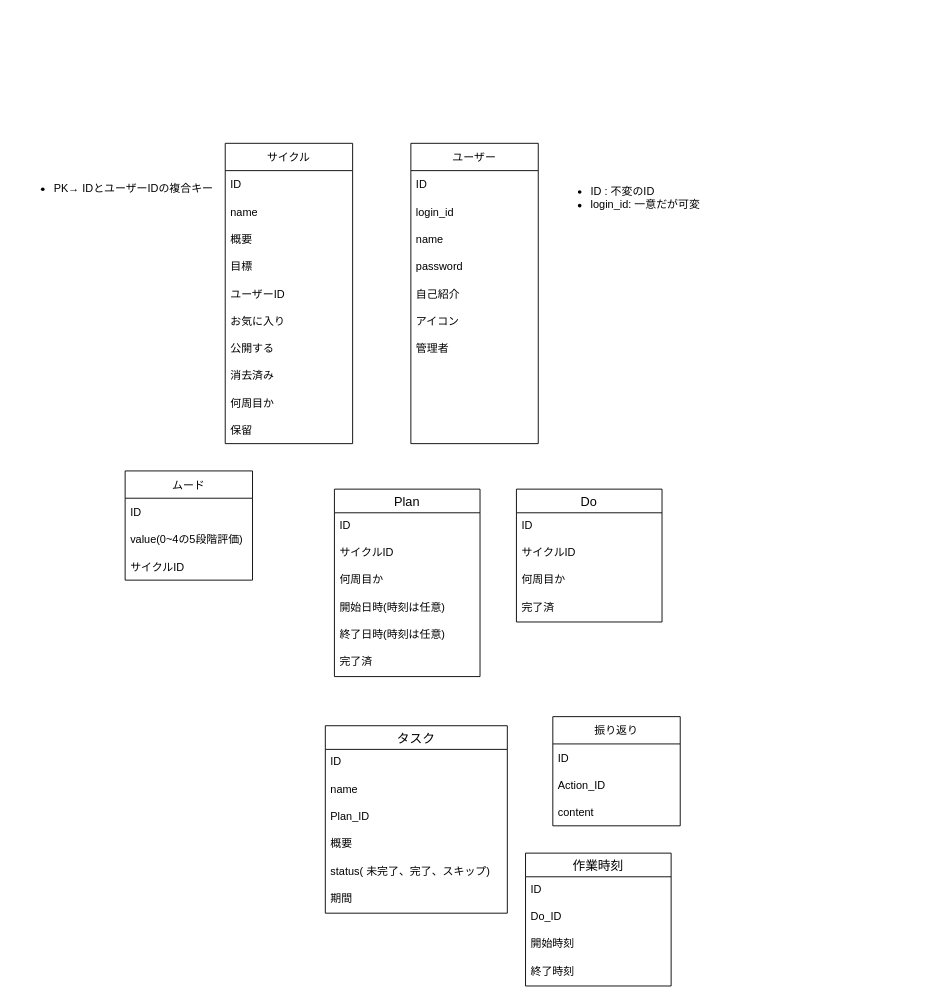
The draw.io diagram page "ER図(論理図)" (3 of 3) of ER.drawio in katkatprog/drowio, before the edit. Source tidied: cells renumbered, new cells numbered last; positions are measured from the earlier drawing's top-left corner, leaving out a move shared by most shapes. Both pictures are drawn from the tidied source at 91%, with x=0, y=0 at pixel (15, 143).
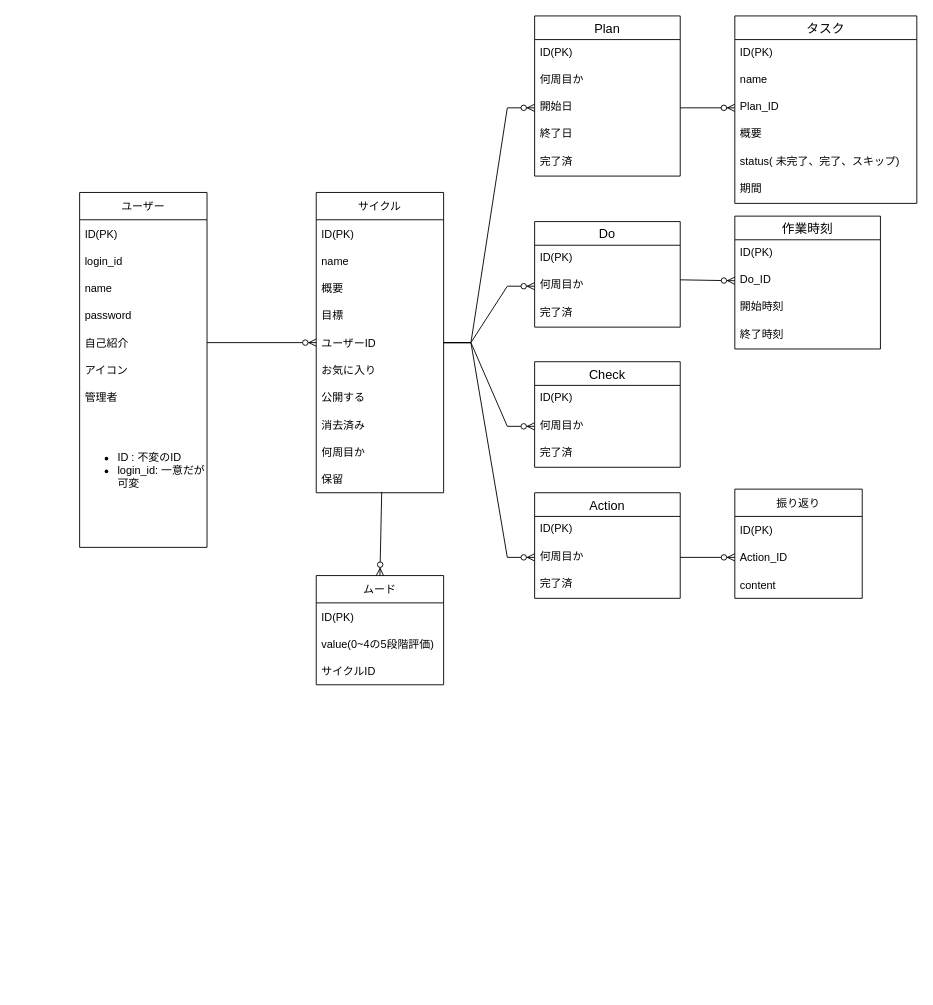
The same diagram, later.

Commit message:
論理図完成。タスク「ポートフォリオ上流工程_critical」も完了にした!

The change refers to these unchanged cells:
```xml
<mxCell id="7" value="ユーザーID" style="text;strokeColor=none;fillColor=none;align=left;verticalAlign=middle;spacingLeft=4;spacingRight=4;overflow=hidden;points=[[0,0.5],[1,0.5]];portConstraint=eastwest;" parent="2" vertex="1">
  <mxGeometry y="150" width="140" height="30" as="geometry" />
</mxCell>
<mxCell id="12" value="保留" style="text;strokeColor=none;fillColor=none;align=left;verticalAlign=middle;spacingLeft=4;spacingRight=4;overflow=hidden;points=[[0,0.5],[1,0.5]];portConstraint=eastwest;" parent="2" vertex="1">
  <mxGeometry y="300" width="140" height="30" as="geometry" />
</mxCell>
<mxCell id="18" value="自己紹介" style="text;strokeColor=none;fillColor=none;align=left;verticalAlign=middle;spacingLeft=4;spacingRight=4;overflow=hidden;points=[[0,0.5],[1,0.5]];portConstraint=eastwest;" parent="13" vertex="1">
  <mxGeometry y="150" width="140" height="30" as="geometry" />
</mxCell>
<mxCell id="40" value="Plan_ID" style="text;strokeColor=none;fillColor=none;spacingLeft=4;spacingRight=4;overflow=hidden;points=[[0,0.5],[1,0.5]];portConstraint=eastwest;fontSize=12;" parent="37" vertex="1">
  <mxGeometry y="86" width="200" height="30" as="geometry" />
</mxCell>
<mxCell id="46" value="Action_ID" style="text;strokeColor=none;fillColor=none;align=left;verticalAlign=middle;spacingLeft=4;spacingRight=4;overflow=hidden;points=[[0,0.5],[1,0.5]];portConstraint=eastwest;" parent="44" vertex="1">
  <mxGeometry y="60" width="140" height="30" as="geometry" />
</mxCell>
<mxCell id="55" value="Do_ID" style="text;strokeColor=none;fillColor=none;spacingLeft=4;spacingRight=4;overflow=hidden;points=[[0,0.5],[1,0.5]];portConstraint=eastwest;fontSize=12;" parent="53" vertex="1">
  <mxGeometry y="56" width="160" height="30" as="geometry" />
</mxCell>
```

What changed in the source:
```diff
@@
     <mxCell id="2" value="サイクル" style="swimlane;fontStyle=0;horizontal=1;startSize=30;" parent="1" vertex="1">
-      <mxGeometry x="230" width="140" height="330" as="geometry" />
+      <mxGeometry x="330" y="54" width="140" height="330" as="geometry" />
     </mxCell>
-    <mxCell id="3" value="ID" style="text;strokeColor=none;fillColor=none;align=left;verticalAlign=middle;spacingLeft=4;spacingRight=4;overflow=hidden;" parent="2" vertex="1">
+    <mxCell id="3" value="ID(PK)" style="text;strokeColor=none;fillColor=none;align=left;verticalAlign=middle;spacingLeft=4;spacingRight=4;overflow=hidden;" parent="2" vertex="1">
       <mxGeometry y="30" width="140" height="30" as="geometry" />
     </mxCell>
@@
     <mxCell id="13" value="ユーザー" style="swimlane;fontStyle=0;horizontal=1;startSize=30;" parent="1" vertex="1">
-      <mxGeometry x="434" width="140" height="330" as="geometry" />
+      <mxGeometry x="70" y="54" width="140" height="390" as="geometry" />
     </mxCell>
-    <mxCell id="14" value="ID" style="text;strokeColor=none;fillColor=none;align=left;verticalAlign=middle;spacingLeft=4;spacingRight=4;overflow=hidden;" parent="13" vertex="1">
+    <mxCell id="14" value="ID(PK)" style="text;strokeColor=none;fillColor=none;align=left;verticalAlign=middle;spacingLeft=4;spacingRight=4;overflow=hidden;" parent="13" vertex="1">
       <mxGeometry y="30" width="140" height="30" as="geometry" />
     </mxCell>
@@
+    <mxCell id="28" value="&lt;ul&gt;&lt;li&gt;ID : 不変のID&lt;/li&gt;&lt;li&gt;login_id: 一意だが可変&lt;/li&gt;&lt;/ul&gt;" style="text;strokeColor=none;fillColor=none;html=1;whiteSpace=wrap;verticalAlign=middle;overflow=hidden;" parent="13" vertex="1">
+      <mxGeometry y="270" width="140" height="60" as="geometry" />
+    </mxCell>
     <mxCell id="22" style="text;strokeColor=none;fillColor=none;align=left;verticalAlign=middle;spacingLeft=4;spacingRight=4;overflow=hidden;" parent="13" vertex="1">
-      <mxGeometry y="270" width="140" height="30" as="geometry" />
+      <mxGeometry y="330" width="140" height="30" as="geometry" />
     </mxCell>
     <mxCell id="23" style="text;strokeColor=none;fillColor=none;align=left;verticalAlign=middle;spacingLeft=4;spacingRight=4;overflow=hidden;" parent="13" vertex="1">
-      <mxGeometry y="300" width="140" height="30" as="geometry" />
+      <mxGeometry y="360" width="140" height="30" as="geometry" />
     </mxCell>
     <mxCell id="24" value="ムード" style="swimlane;fontStyle=0;horizontal=1;startSize=30;" parent="1" vertex="1">
-      <mxGeometry x="120" y="360" width="140" height="120" as="geometry" />
+      <mxGeometry x="330" y="475" width="140" height="120" as="geometry" />
     </mxCell>
-    <mxCell id="25" value="ID" style="text;strokeColor=none;fillColor=none;align=left;verticalAlign=middle;spacingLeft=4;spacingRight=4;overflow=hidden;" parent="24" vertex="1">
+    <mxCell id="25" value="ID(PK)" style="text;strokeColor=none;fillColor=none;align=left;verticalAlign=middle;spacingLeft=4;spacingRight=4;overflow=hidden;" parent="24" vertex="1">
       <mxGeometry y="30" width="140" height="30" as="geometry" />
     </mxCell>
@@
-    <mxCell id="28" value="&lt;ul&gt;&lt;li&gt;ID : 不変のID&lt;/li&gt;&lt;li&gt;login_id: 一意だが可変&lt;/li&gt;&lt;/ul&gt;" style="text;strokeColor=none;fillColor=none;html=1;whiteSpace=wrap;verticalAlign=middle;overflow=hidden;" parent="1" vertex="1">
-      <mxGeometry x="590" y="30" width="230" height="60" as="geometry" />
-    </mxCell>
     <mxCell id="29" value="Plan" style="swimlane;fontStyle=0;horizontal=1;startSize=26;align=center;fontSize=14;" parent="1" vertex="1">
-      <mxGeometry x="350" y="380" width="160" height="206" as="geometry" />
+      <mxGeometry x="570" y="-140" width="160" height="176" as="geometry" />
     </mxCell>
-    <mxCell id="30" value="ID" style="text;strokeColor=none;fillColor=none;spacingLeft=4;spacingRight=4;overflow=hidden;fontSize=12;" parent="29" vertex="1">
+    <mxCell id="30" value="ID(PK)" style="text;strokeColor=none;fillColor=none;spacingLeft=4;spacingRight=4;overflow=hidden;fontSize=12;" parent="29" vertex="1">
       <mxGeometry y="26" width="160" height="30" as="geometry" />
     </mxCell>
-    <mxCell id="31" value="サイクルID" style="text;strokeColor=none;fillColor=none;spacingLeft=4;spacingRight=4;overflow=hidden;fontSize=12;" parent="29" vertex="1">
-      <mxGeometry y="56" width="160" height="30" as="geometry" />
-    </mxCell>
     <mxCell id="32" value="何周目か" style="text;strokeColor=none;fillColor=none;spacingLeft=4;spacingRight=4;overflow=hidden;fontSize=12;" parent="29" vertex="1">
-      <mxGeometry y="86" width="160" height="30" as="geometry" />
+      <mxGeometry y="56" width="160" height="30" as="geometry" />
     </mxCell>
-    <mxCell id="33" value="開始日時(時刻は任意)" style="text;strokeColor=none;fillColor=none;spacingLeft=4;spacingRight=4;overflow=hidden;points=[[0,0.5],[1,0.5]];portConstraint=eastwest;fontSize=12;" parent="29" vertex="1">
-      <mxGeometry y="116" width="160" height="30" as="geometry" />
+    <mxCell id="33" value="開始日" style="text;strokeColor=none;fillColor=none;spacingLeft=4;spacingRight=4;overflow=hidden;points=[[0,0.5],[1,0.5]];portConstraint=eastwest;fontSize=12;" parent="29" vertex="1">
+      <mxGeometry y="86" width="160" height="30" as="geometry" />
     </mxCell>
-    <mxCell id="34" value="終了日時(時刻は任意)" style="text;strokeColor=none;fillColor=none;spacingLeft=4;spacingRight=4;overflow=hidden;fontSize=12;" parent="29" vertex="1">
-      <mxGeometry y="146" width="160" height="30" as="geometry" />
+    <mxCell id="34" value="終了日" style="text;strokeColor=none;fillColor=none;spacingLeft=4;spacingRight=4;overflow=hidden;fontSize=12;" parent="29" vertex="1">
+      <mxGeometry y="116" width="160" height="30" as="geometry" />
     </mxCell>
     <mxCell id="35" value="完了済" style="text;strokeColor=none;fillColor=none;spacingLeft=4;spacingRight=4;overflow=hidden;fontSize=12;" parent="29" vertex="1">
-      <mxGeometry y="176" width="160" height="30" as="geometry" />
+      <mxGeometry y="146" width="160" height="30" as="geometry" />
     </mxCell>
-    <mxCell id="36" value="&lt;ul&gt;&lt;li&gt;PK→ IDとユーザーIDの複合キー&lt;/li&gt;&lt;/ul&gt;" style="text;strokeColor=none;fillColor=none;html=1;whiteSpace=wrap;verticalAlign=middle;overflow=hidden;" parent="1" vertex="1">
-      <mxGeometry y="20" width="225" height="60" as="geometry" />
-    </mxCell>
     <mxCell id="37" value="タスク" style="swimlane;fontStyle=0;horizontal=1;startSize=26;align=center;fontSize=14;" parent="1" vertex="1">
-      <mxGeometry x="340" y="640" width="200" height="206" as="geometry" />
+      <mxGeometry x="790" y="-140" width="200" height="206" as="geometry" />
     </mxCell>
-    <mxCell id="38" value="ID" style="text;strokeColor=none;fillColor=none;spacingLeft=4;spacingRight=4;overflow=hidden;fontSize=12;" parent="37" vertex="1">
+    <mxCell id="38" value="ID(PK)" style="text;strokeColor=none;fillColor=none;spacingLeft=4;spacingRight=4;overflow=hidden;fontSize=12;" parent="37" vertex="1">
       <mxGeometry y="26" width="200" height="30" as="geometry" />
     </mxCell>
@@
     <mxCell id="44" value="振り返り" style="swimlane;fontStyle=0;horizontal=1;startSize=30;" parent="1" vertex="1">
-      <mxGeometry x="590" y="630" width="140" height="120" as="geometry" />
+      <mxGeometry x="790" y="380" width="140" height="120" as="geometry" />
     </mxCell>
-    <mxCell id="45" value="ID" style="text;strokeColor=none;fillColor=none;align=left;verticalAlign=middle;spacingLeft=4;spacingRight=4;overflow=hidden;" parent="44" vertex="1">
+    <mxCell id="45" value="ID(PK)" style="text;strokeColor=none;fillColor=none;align=left;verticalAlign=middle;spacingLeft=4;spacingRight=4;overflow=hidden;" parent="44" vertex="1">
       <mxGeometry y="30" width="140" height="30" as="geometry" />
     </mxCell>
@@
     <mxCell id="48" value="Do" style="swimlane;fontStyle=0;horizontal=1;startSize=26;align=center;fontSize=14;" parent="1" vertex="1">
-      <mxGeometry x="550" y="380" width="160" height="146" as="geometry" />
+      <mxGeometry x="570" y="86" width="160" height="116" as="geometry" />
     </mxCell>
-    <mxCell id="49" value="ID" style="text;strokeColor=none;fillColor=none;spacingLeft=4;spacingRight=4;overflow=hidden;fontSize=12;" parent="48" vertex="1">
+    <mxCell id="49" value="ID(PK)" style="text;strokeColor=none;fillColor=none;spacingLeft=4;spacingRight=4;overflow=hidden;fontSize=12;" parent="48" vertex="1">
       <mxGeometry y="26" width="160" height="30" as="geometry" />
     </mxCell>
-    <mxCell id="50" value="サイクルID" style="text;strokeColor=none;fillColor=none;spacingLeft=4;spacingRight=4;overflow=hidden;fontSize=12;" parent="48" vertex="1">
-      <mxGeometry y="56" width="160" height="30" as="geometry" />
-    </mxCell>
     <mxCell id="51" value="何周目か" style="text;strokeColor=none;fillColor=none;spacingLeft=4;spacingRight=4;overflow=hidden;points=[[0,0.5],[1,0.5]];portConstraint=eastwest;fontSize=12;" parent="48" vertex="1">
-      <mxGeometry y="86" width="160" height="30" as="geometry" />
+      <mxGeometry y="56" width="160" height="30" as="geometry" />
     </mxCell>
     <mxCell id="52" value="完了済" style="text;strokeColor=none;fillColor=none;spacingLeft=4;spacingRight=4;overflow=hidden;fontSize=12;" parent="48" vertex="1">
-      <mxGeometry y="116" width="160" height="30" as="geometry" />
+      <mxGeometry y="86" width="160" height="30" as="geometry" />
     </mxCell>
     <mxCell id="53" value="作業時刻" style="swimlane;fontStyle=0;horizontal=1;startSize=26;align=center;fontSize=14;" parent="1" vertex="1">
-      <mxGeometry x="560" y="780" width="160" height="146" as="geometry" />
+      <mxGeometry x="790" y="80" width="160" height="146" as="geometry" />
     </mxCell>
-    <mxCell id="54" value="ID" style="text;strokeColor=none;fillColor=none;spacingLeft=4;spacingRight=4;overflow=hidden;fontSize=12;" parent="53" vertex="1">
+    <mxCell id="54" value="ID(PK)" style="text;strokeColor=none;fillColor=none;spacingLeft=4;spacingRight=4;overflow=hidden;fontSize=12;" parent="53" vertex="1">
       <mxGeometry y="26" width="160" height="30" as="geometry" />
     </mxCell>
@@
+    <mxCell id="58" value="Check" style="swimlane;fontStyle=0;horizontal=1;startSize=26;align=center;fontSize=14;" parent="1" vertex="1">
+      <mxGeometry x="570" y="240" width="160" height="116" as="geometry" />
+    </mxCell>
+    <mxCell id="59" value="ID(PK)" style="text;strokeColor=none;fillColor=none;spacingLeft=4;spacingRight=4;overflow=hidden;fontSize=12;" parent="58" vertex="1">
+      <mxGeometry y="26" width="160" height="30" as="geometry" />
+    </mxCell>
+    <mxCell id="60" value="何周目か" style="text;strokeColor=none;fillColor=none;spacingLeft=4;spacingRight=4;overflow=hidden;points=[[0,0.5],[1,0.5]];portConstraint=eastwest;fontSize=12;" parent="58" vertex="1">
+      <mxGeometry y="56" width="160" height="30" as="geometry" />
+    </mxCell>
+    <mxCell id="61" value="完了済" style="text;strokeColor=none;fillColor=none;spacingLeft=4;spacingRight=4;overflow=hidden;fontSize=12;" parent="58" vertex="1">
+      <mxGeometry y="86" width="160" height="30" as="geometry" />
+    </mxCell>
+    <mxCell id="62" value="Action" style="swimlane;fontStyle=0;horizontal=1;startSize=26;align=center;fontSize=14;" parent="1" vertex="1">
+      <mxGeometry x="570" y="384" width="160" height="116" as="geometry" />
+    </mxCell>
+    <mxCell id="63" value="ID(PK)" style="text;strokeColor=none;fillColor=none;spacingLeft=4;spacingRight=4;overflow=hidden;fontSize=12;" parent="62" vertex="1">
+      <mxGeometry y="26" width="160" height="30" as="geometry" />
+    </mxCell>
+    <mxCell id="64" value="何周目か" style="text;strokeColor=none;fillColor=none;spacingLeft=4;spacingRight=4;overflow=hidden;points=[[0,0.5],[1,0.5]];portConstraint=eastwest;fontSize=12;" parent="62" vertex="1">
+      <mxGeometry y="56" width="160" height="30" as="geometry" />
+    </mxCell>
+    <mxCell id="65" value="完了済" style="text;strokeColor=none;fillColor=none;spacingLeft=4;spacingRight=4;overflow=hidden;fontSize=12;" parent="62" vertex="1">
+      <mxGeometry y="86" width="160" height="30" as="geometry" />
+    </mxCell>
+    <mxCell id="66" style="edgeStyle=entityRelationEdgeStyle;fontSize=12;html=1;endArrow=ERzeroToMany;endFill=1;rounded=0;entryX=0;entryY=0.5;entryDx=0;entryDy=0;exitX=1;exitY=0.5;exitDx=0;exitDy=0;" parent="1" edge="1" source="7" target="33">
+      <mxGeometry relative="1" as="geometry" />
+    </mxCell>
+    <mxCell id="67" style="fontSize=12;html=1;endArrow=ERzeroToMany;endFill=1;rounded=0;entryX=0.5;entryY=0;entryDx=0;entryDy=0;exitX=0.514;exitY=0.967;exitDx=0;exitDy=0;exitPerimeter=0;" parent="1" edge="1" source="12" target="24">
+      <mxGeometry relative="1" as="geometry" />
+    </mxCell>
+    <mxCell id="68" style="fontSize=12;html=1;endArrow=ERzeroToMany;endFill=1;rounded=0;entryX=0;entryY=0.5;entryDx=0;entryDy=0;exitX=1;exitY=0.5;exitDx=0;exitDy=0;" parent="1" edge="1" source="18" target="7">
+      <mxGeometry relative="1" as="geometry" />
+    </mxCell>
+    <mxCell id="69" style="fontSize=12;html=1;endArrow=ERzeroToMany;endFill=1;rounded=0;entryX=0;entryY=0.5;entryDx=0;entryDy=0;" parent="1" edge="1" source="33" target="40">
+      <mxGeometry relative="1" as="geometry" />
+    </mxCell>
+    <mxCell id="70" style="fontSize=12;html=1;endArrow=ERzeroToMany;endFill=1;rounded=0;entryX=0;entryY=0.5;entryDx=0;entryDy=0;exitX=1;exitY=0.267;exitDx=0;exitDy=0;exitPerimeter=0;" parent="1" edge="1" source="51" target="55">
+      <mxGeometry relative="1" as="geometry" />
+    </mxCell>
+    <mxCell id="71" style="fontSize=12;html=1;endArrow=ERzeroToMany;endFill=1;rounded=0;entryX=0;entryY=0.5;entryDx=0;entryDy=0;" parent="1" edge="1" source="64" target="46">
+      <mxGeometry relative="1" as="geometry" />
+    </mxCell>
+    <mxCell id="72" style="edgeStyle=entityRelationEdgeStyle;fontSize=12;html=1;endArrow=ERzeroToMany;endFill=1;rounded=0;exitX=1;exitY=0.5;exitDx=0;exitDy=0;" parent="1" edge="1" source="7" target="51">
+      <mxGeometry relative="1" as="geometry" />
+    </mxCell>
+    <mxCell id="73" style="edgeStyle=entityRelationEdgeStyle;fontSize=12;html=1;endArrow=ERzeroToMany;endFill=1;rounded=0;entryX=0;entryY=0.5;entryDx=0;entryDy=0;exitX=1;exitY=0.5;exitDx=0;exitDy=0;" parent="1" edge="1" source="7" target="64">
+      <mxGeometry relative="1" as="geometry" />
+    </mxCell>
+    <mxCell id="74" style="edgeStyle=entityRelationEdgeStyle;fontSize=12;html=1;endArrow=ERzeroToMany;endFill=1;rounded=0;entryX=0;entryY=0.5;entryDx=0;entryDy=0;exitX=1;exitY=0.5;exitDx=0;exitDy=0;" parent="1" edge="1" source="7" target="60">
+      <mxGeometry relative="1" as="geometry" />
+    </mxCell>
```
